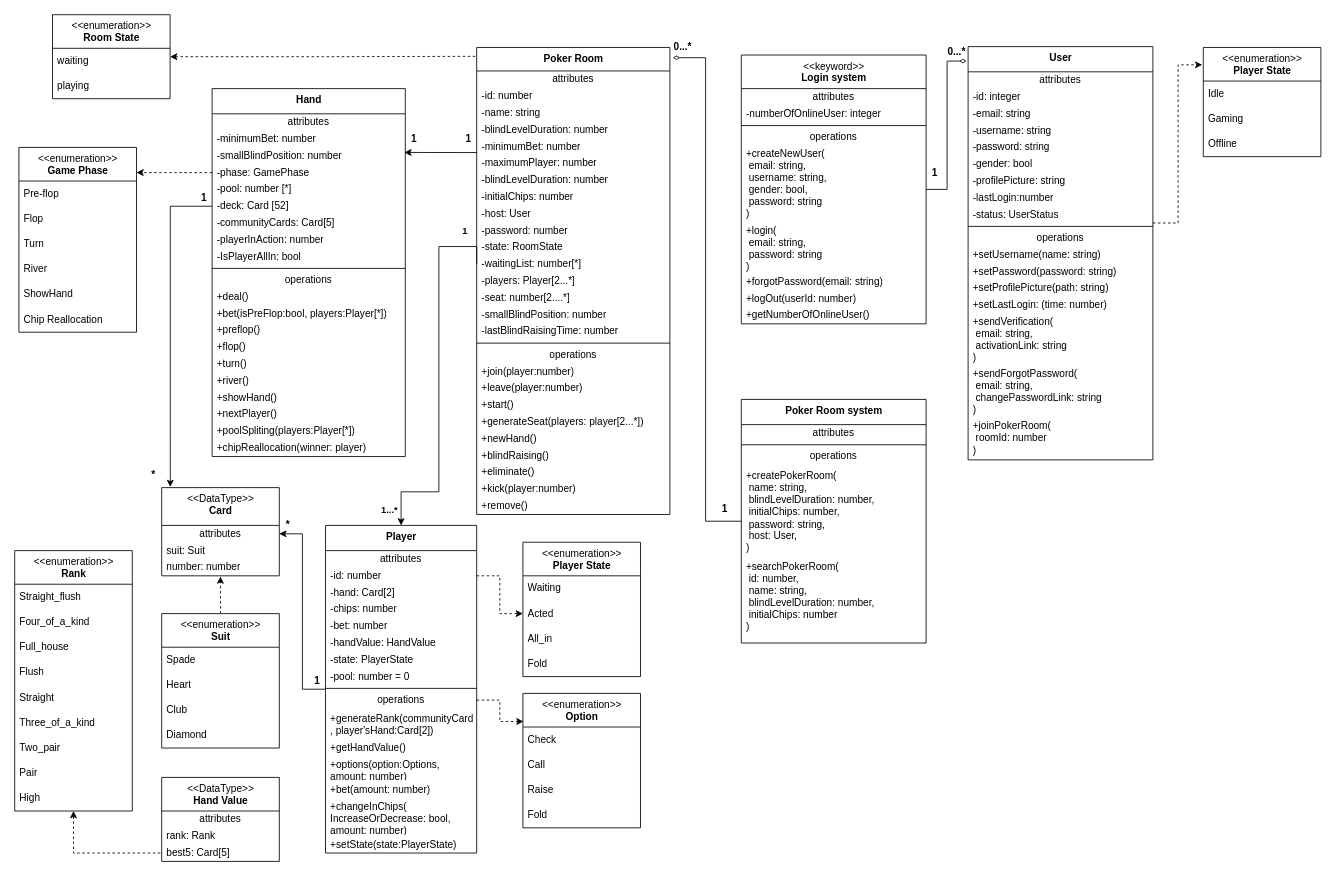
This is Main_classDiagram.drawio from isaac621/PokerLink, a draw.io file, before an edit. Source tidied: cells renumbered, new cells numbered last; positions are measured from the earlier drawing's top-left corner, leaving out a move shared by most shapes. Both pictures are drawn from the tidied source at 84%, with x=0, y=0 at pixel (14, 14).
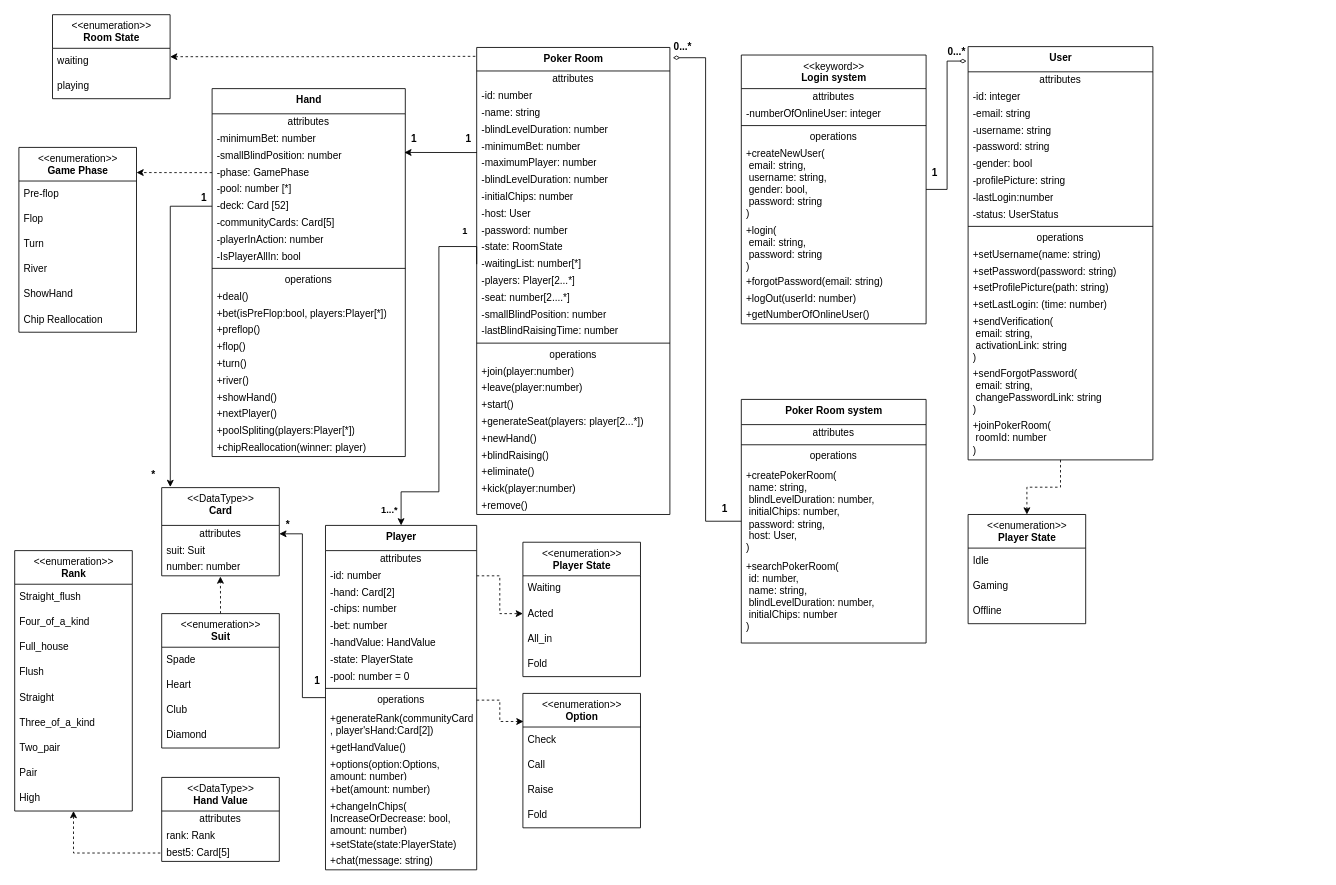
The same diagram, later.

Unchanged cells that the change refers to:
```xml
<mxCell id="129" value="&lt;b&gt;User&lt;/b&gt;" style="swimlane;fontStyle=0;align=center;verticalAlign=top;horizontal=1;startSize=30;html=1;" parent="1" vertex="1">
  <mxGeometry x="1135" y="38" width="220" height="492" as="geometry" />
</mxCell>
<mxCell id="138" value="-status: UserStatus" style="text;html=1;strokeColor=none;fillColor=none;align=left;verticalAlign=middle;spacingLeft=4;spacingRight=4;overflow=hidden;points=[[0,0.5],[1,0.5]];portConstraint=eastwest;" parent="129" vertex="1">
  <mxGeometry y="190" width="220" height="20" as="geometry" />
</mxCell>
```

The edit, as a diff of the source:
```diff
@@
     <mxCell id="64" value="&lt;b&gt;Player&lt;/b&gt;" style="swimlane;fontStyle=0;align=center;verticalAlign=top;horizontal=1;startSize=30;html=1;" parent="1" vertex="1">
-      <mxGeometry x="370" y="608" width="180" height="390" as="geometry" />
+      <mxGeometry x="370" y="608" width="180" height="410" as="geometry" />
     </mxCell>
@@
+    <mxCell id="175" value="+chat(message: string)" style="text;html=1;strokeColor=none;fillColor=none;align=left;verticalAlign=middle;spacingLeft=4;spacingRight=4;overflow=hidden;" parent="64" vertex="1">
+      <mxGeometry y="390" width="180" height="20" as="geometry" />
+    </mxCell>
@@
+    <mxCell id="176" style="edgeStyle=orthogonalEdgeStyle;rounded=0;jettySize=auto;html=1;entryX=0.5;entryY=0;entryDx=0;entryDy=0;dashed=1;" parent="1" edge="1" source="129" target="159">
+      <mxGeometry relative="1" as="geometry" />
+    </mxCell>
@@
     <mxCell id="159" value="&amp;lt;&amp;lt;enumeration&amp;gt;&amp;gt;&lt;br&gt;&lt;b&gt;Player State&lt;/b&gt;" style="swimlane;fontStyle=0;align=center;verticalAlign=top;horizontal=1;startSize=40;html=1;" parent="1" vertex="1">
-      <mxGeometry x="1415" y="39" width="140" height="130" as="geometry" />
+      <mxGeometry x="1135" y="595" width="140" height="130" as="geometry" />
     </mxCell>
@@
-    <mxCell id="163" style="edgeStyle=orthogonalEdgeStyle;rounded=0;jettySize=auto;html=1;entryX=-0.009;entryY=0.159;entryDx=0;entryDy=0;entryPerimeter=0;startArrow=none;startFill=0;endArrow=classic;endFill=1;dashed=1;" parent="1" edge="1" source="138" target="159">
-      <mxGeometry relative="1" as="geometry">
-        <Array as="points">
-          <mxPoint x="1385" y="248" />
-          <mxPoint x="1385" y="60" />
-        </Array>
-      </mxGeometry>
-    </mxCell>
```
